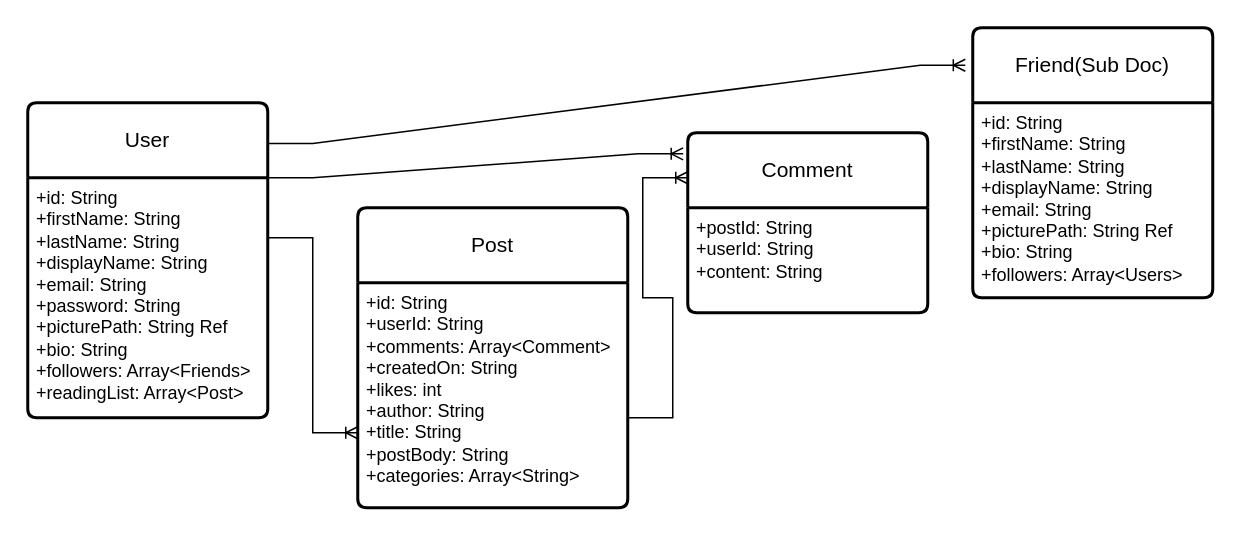
Before: Untitled Diagram.drawio in alvinokafor/chatter, a draw.io diagram. Source tidied: cells renumbered, new cells numbered last; positions are measured from the earlier drawing's top-left corner, leaving out a move shared by most shapes. Both pictures are drawn from the tidied source at 150%, with x=0, y=0 at pixel (27, 27).
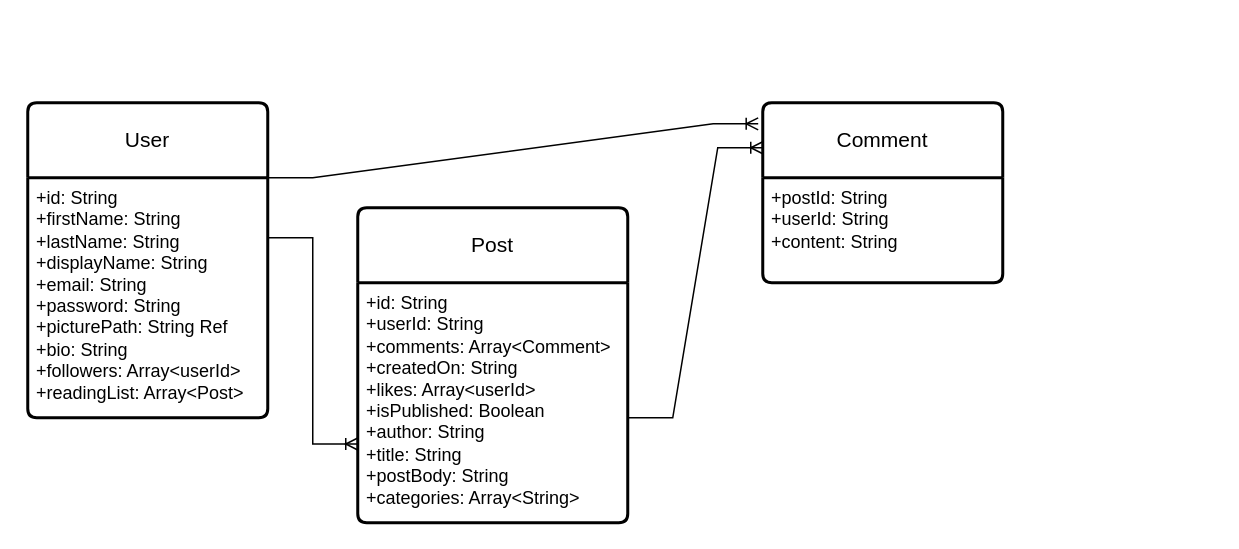
Above is the later version.

Change to the diagram source:
```diff
@@
 <mxGraphModel>
   <root>
     <mxCell id="0" />
     <mxCell id="1" parent="0" />
     <mxCell id="2" value="User" style="swimlane;horizontal=1;startSize=50;rounded=1;fontSize=14;fontStyle=0;strokeWidth=2;shadow=0;dashed=0;align=center;arcSize=4;whiteSpace=wrap;html=1;" parent="1" vertex="1">
       <mxGeometry y="50" width="160" height="210" as="geometry" />
     </mxCell>
-    <mxCell id="3" value="+id: String&lt;br&gt;+firstName: String&lt;br&gt;+lastName: String&lt;br&gt;+displayName: String&lt;br&gt;+email: String&lt;br&gt;+password: String&lt;br&gt;+picturePath: String Ref&lt;br&gt;+bio: String&lt;br&gt;+followers: Array&amp;lt;Friends&amp;gt;&lt;br&gt;+readingList: Array&amp;lt;Post&amp;gt;" style="align=left;strokeColor=none;fillColor=none;spacingLeft=4;fontSize=12;verticalAlign=top;html=1;" parent="2" vertex="1">
+    <mxCell id="3" value="+id: String&lt;br&gt;+firstName: String&lt;br&gt;+lastName: String&lt;br&gt;+displayName: String&lt;br&gt;+email: String&lt;br&gt;+password: String&lt;br&gt;+picturePath: String Ref&lt;br&gt;+bio: String&lt;br&gt;+followers: Array&amp;lt;userId&amp;gt;&lt;br&gt;+readingList: Array&amp;lt;Post&amp;gt;" style="align=left;strokeColor=none;fillColor=none;spacingLeft=4;fontSize=12;verticalAlign=top;html=1;" parent="2" vertex="1">
       <mxGeometry y="50" width="160" height="160" as="geometry" />
     </mxCell>
     <mxCell id="4" value="Post" style="swimlane;horizontal=1;startSize=50;rounded=1;fontSize=14;fontStyle=0;strokeWidth=2;shadow=0;dashed=0;align=center;arcSize=4;whiteSpace=wrap;html=1;" parent="1" vertex="1">
-      <mxGeometry x="220" y="120" width="180" height="200" as="geometry" />
+      <mxGeometry x="220" y="120" width="180" height="210" as="geometry" />
     </mxCell>
-    <mxCell id="5" value="+id: String&lt;br&gt;+userId: String&lt;br&gt;+comments: Array&amp;lt;Comment&amp;gt;&lt;br&gt;+createdOn: String&lt;br&gt;+likes: int&lt;br&gt;+author: String&lt;br&gt;+title: String&lt;br&gt;+postBody: String&lt;br&gt;+categories: Array&amp;lt;String&amp;gt;" style="align=left;strokeColor=none;fillColor=none;spacingLeft=4;fontSize=12;verticalAlign=top;html=1;" parent="4" vertex="1">
-      <mxGeometry y="50" width="180" height="150" as="geometry" />
+    <mxCell id="5" value="+id: String&lt;br&gt;+userId: String&lt;br&gt;+comments: Array&amp;lt;Comment&amp;gt;&lt;br&gt;+createdOn: String&lt;br&gt;+likes: Array&amp;lt;userId&amp;gt;&lt;br&gt;+isPublished: Boolean&lt;br&gt;+author: String&lt;br&gt;+title: String&lt;br&gt;+postBody: String&lt;br&gt;+categories: Array&amp;lt;String&amp;gt;" style="align=left;strokeColor=none;fillColor=none;spacingLeft=4;fontSize=12;verticalAlign=top;html=1;" parent="4" vertex="1">
+      <mxGeometry y="50" width="180" height="160" as="geometry" />
     </mxCell>
     <mxCell id="6" value="Comment" style="swimlane;horizontal=1;startSize=50;rounded=1;fontSize=14;fontStyle=0;strokeWidth=2;shadow=0;dashed=0;align=center;arcSize=4;whiteSpace=wrap;html=1;" parent="1" vertex="1">
-      <mxGeometry x="440" y="70" width="160" height="120" as="geometry" />
+      <mxGeometry x="490" y="50" width="160" height="120" as="geometry" />
     </mxCell>
     <mxCell id="7" value="+postId: String&lt;br&gt;+userId: String&lt;br&gt;+content: String" style="align=left;strokeColor=none;fillColor=none;spacingLeft=4;fontSize=12;verticalAlign=top;html=1;" parent="6" vertex="1">
       <mxGeometry y="50" width="160" height="70" as="geometry" />
     </mxCell>
-    <mxCell id="8" value="Friend(Sub Doc)" style="swimlane;horizontal=1;startSize=50;rounded=1;fontSize=14;fontStyle=0;strokeWidth=2;shadow=0;dashed=0;align=center;arcSize=4;whiteSpace=wrap;html=1;" parent="1" vertex="1">
-      <mxGeometry x="630" width="160" height="180" as="geometry" />
-    </mxCell>
-    <mxCell id="9" value="+id: String&lt;br&gt;+firstName: String&lt;br&gt;+lastName: String&lt;br&gt;+displayName: String&lt;br&gt;+email: String&lt;br&gt;+picturePath: String Ref&lt;br&gt;+bio: String&lt;br&gt;+followers: Array&amp;lt;Users&amp;gt;" style="align=left;strokeColor=none;fillColor=none;spacingLeft=4;fontSize=12;verticalAlign=top;html=1;" parent="8" vertex="1">
-      <mxGeometry y="50" width="160" height="130" as="geometry" />
-    </mxCell>
     <mxCell id="10" style="edgeStyle=entityRelationEdgeStyle;fontSize=12;html=1;endArrow=ERoneToMany;rounded=0;entryX=0;entryY=0.75;entryDx=0;entryDy=0;" parent="1" edge="1" target="4">
       <mxGeometry relative="1" as="geometry">
         <mxPoint x="160" y="140" as="sourcePoint" />
       </mxGeometry>
     </mxCell>
     <mxCell id="11" style="edgeStyle=entityRelationEdgeStyle;fontSize=12;html=1;endArrow=ERoneToMany;rounded=0;entryX=0;entryY=0.25;entryDx=0;entryDy=0;" parent="1" edge="1" target="6">
       <mxGeometry relative="1" as="geometry">
         <mxPoint x="400" y="260" as="sourcePoint" />
       </mxGeometry>
     </mxCell>
     <mxCell id="12" style="edgeStyle=entityRelationEdgeStyle;fontSize=12;html=1;endArrow=ERoneToMany;rounded=0;entryX=-0.019;entryY=0.117;entryDx=0;entryDy=0;entryPerimeter=0;exitX=1;exitY=0;exitDx=0;exitDy=0;" parent="1" edge="1" source="3" target="6">
       <mxGeometry relative="1" as="geometry" />
     </mxCell>
-    <mxCell id="13" style="edgeStyle=entityRelationEdgeStyle;fontSize=12;html=1;endArrow=ERoneToMany;rounded=0;entryX=-0.031;entryY=0.139;entryDx=0;entryDy=0;exitX=1;exitY=0.129;exitDx=0;exitDy=0;entryPerimeter=0;exitPerimeter=0;" parent="1" edge="1" source="2" target="8">
-      <mxGeometry relative="1" as="geometry" />
-    </mxCell>
   </root>
 </mxGraphModel>
```
